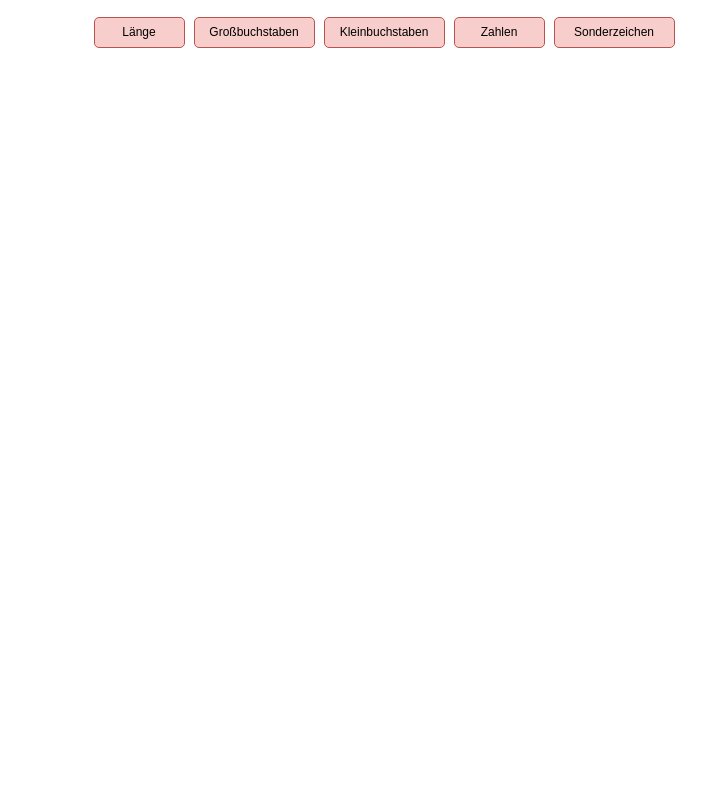
Before: Passwort Generator.drawio in Nikogenia/Draw, a draw.io diagram. Source tidied: cells renumbered, new cells numbered last; positions are measured from the earlier drawing's top-left corner, leaving out a move shared by most shapes. Both pictures are drawn from the tidied source at 100%, with x=0, y=0 at pixel (94, 17).
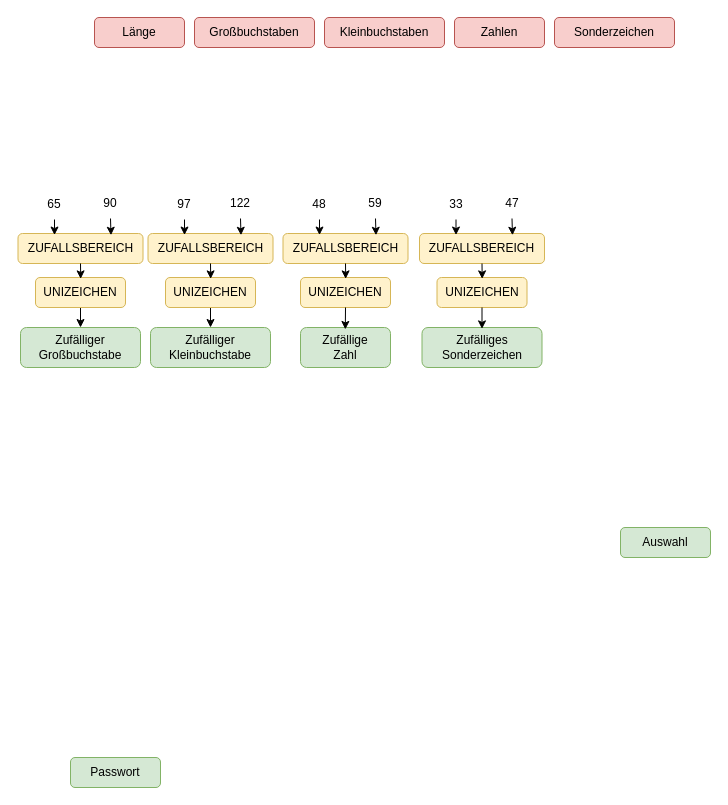
After the change.

The edit, as a diff of the source:
```diff
@@
+    <mxCell id="7" value="Passwort" style="rounded=1;whiteSpace=wrap;html=1;fillColor=#d5e8d4;strokeColor=#82b366;" parent="1" vertex="1">
+      <mxGeometry x="-24" y="740" width="90" height="30" as="geometry" />
+    </mxCell>
+    <mxCell id="8" value="Auswahl" style="rounded=1;whiteSpace=wrap;html=1;fillColor=#d5e8d4;strokeColor=#82b366;" parent="1" vertex="1">
+      <mxGeometry x="526" y="510" width="90" height="30" as="geometry" />
+    </mxCell>
+    <mxCell id="9" value="Zufälliger&lt;br&gt;Großbuchstabe" style="rounded=1;whiteSpace=wrap;html=1;fillColor=#d5e8d4;strokeColor=#82b366;" parent="1" vertex="1">
+      <mxGeometry x="-74" y="310" width="120" height="40" as="geometry" />
+    </mxCell>
+    <mxCell id="10" value="Zufälliger&lt;br&gt;Kleinbuchstabe" style="rounded=1;whiteSpace=wrap;html=1;fillColor=#d5e8d4;strokeColor=#82b366;" parent="1" vertex="1">
+      <mxGeometry x="56" y="310" width="120" height="40" as="geometry" />
+    </mxCell>
+    <mxCell id="11" value="Zufällige&lt;br&gt;Zahl" style="rounded=1;whiteSpace=wrap;html=1;fillColor=#d5e8d4;strokeColor=#82b366;" parent="1" vertex="1">
+      <mxGeometry x="206" y="310" width="90" height="40" as="geometry" />
+    </mxCell>
+    <mxCell id="12" value="Zufälliges&lt;br&gt;Sonderzeichen" style="rounded=1;whiteSpace=wrap;html=1;fillColor=#d5e8d4;strokeColor=#82b366;" parent="1" vertex="1">
+      <mxGeometry x="327.5" y="310" width="120" height="40" as="geometry" />
+    </mxCell>
+    <mxCell id="13" value="UNIZEICHEN" style="rounded=1;whiteSpace=wrap;html=1;fillColor=#fff2cc;strokeColor=#d6b656;" parent="1" vertex="1">
+      <mxGeometry x="342.5" y="260" width="90" height="30" as="geometry" />
+    </mxCell>
+    <mxCell id="14" value="ZUFALLSBEREICH" style="rounded=1;whiteSpace=wrap;html=1;fillColor=#fff2cc;strokeColor=#d6b656;" parent="1" vertex="1">
+      <mxGeometry x="325" y="216" width="125" height="30" as="geometry" />
+    </mxCell>
+    <mxCell id="15" value="33" style="text;html=1;strokeColor=none;fillColor=none;align=center;verticalAlign=middle;whiteSpace=wrap;rounded=0;" parent="1" vertex="1">
+      <mxGeometry x="331.5" y="172" width="60" height="30" as="geometry" />
+    </mxCell>
+    <mxCell id="16" value="47" style="text;html=1;strokeColor=none;fillColor=none;align=center;verticalAlign=middle;whiteSpace=wrap;rounded=0;" parent="1" vertex="1">
+      <mxGeometry x="387.5" y="171" width="60" height="30" as="geometry" />
+    </mxCell>
+    <mxCell id="17" style="edgeStyle=orthogonalEdgeStyle;rounded=0;jettySize=auto;html=1;exitX=0.5;exitY=1;exitDx=0;exitDy=0;entryX=0.292;entryY=0.051;entryDx=0;entryDy=0;entryPerimeter=0;" parent="1" edge="1" source="15" target="14">
+      <mxGeometry relative="1" as="geometry" />
+    </mxCell>
+    <mxCell id="18" style="edgeStyle=orthogonalEdgeStyle;rounded=0;jettySize=auto;html=1;exitX=0.5;exitY=1;exitDx=0;exitDy=0;entryX=0.744;entryY=0.058;entryDx=0;entryDy=0;entryPerimeter=0;" parent="1" edge="1" source="16" target="14">
+      <mxGeometry relative="1" as="geometry" />
+    </mxCell>
+    <mxCell id="19" style="edgeStyle=orthogonalEdgeStyle;rounded=0;jettySize=auto;html=1;exitX=0.5;exitY=1;exitDx=0;exitDy=0;entryX=0.502;entryY=0.046;entryDx=0;entryDy=0;entryPerimeter=0;" parent="1" edge="1" source="14" target="13">
+      <mxGeometry relative="1" as="geometry" />
+    </mxCell>
+    <mxCell id="20" style="edgeStyle=orthogonalEdgeStyle;rounded=0;jettySize=auto;html=1;exitX=0.5;exitY=1;exitDx=0;exitDy=0;entryX=0.5;entryY=0.035;entryDx=0;entryDy=0;entryPerimeter=0;" parent="1" edge="1" source="13" target="12">
+      <mxGeometry relative="1" as="geometry" />
+    </mxCell>
+    <mxCell id="21" style="edgeStyle=orthogonalEdgeStyle;rounded=0;jettySize=auto;html=1;exitX=0.5;exitY=1;exitDx=0;exitDy=0;entryX=0.5;entryY=0;entryDx=0;entryDy=0;" parent="1" edge="1" source="22" target="10">
+      <mxGeometry relative="1" as="geometry" />
+    </mxCell>
+    <mxCell id="22" value="UNIZEICHEN" style="rounded=1;whiteSpace=wrap;html=1;fillColor=#fff2cc;strokeColor=#d6b656;" parent="1" vertex="1">
+      <mxGeometry x="71" y="260" width="90" height="30" as="geometry" />
+    </mxCell>
+    <mxCell id="23" value="ZUFALLSBEREICH" style="rounded=1;whiteSpace=wrap;html=1;fillColor=#fff2cc;strokeColor=#d6b656;" parent="1" vertex="1">
+      <mxGeometry x="53.5" y="216" width="125" height="30" as="geometry" />
+    </mxCell>
+    <mxCell id="24" value="97" style="text;html=1;strokeColor=none;fillColor=none;align=center;verticalAlign=middle;whiteSpace=wrap;rounded=0;" parent="1" vertex="1">
+      <mxGeometry x="60" y="172" width="60" height="30" as="geometry" />
+    </mxCell>
+    <mxCell id="25" value="122" style="text;html=1;strokeColor=none;fillColor=none;align=center;verticalAlign=middle;whiteSpace=wrap;rounded=0;" parent="1" vertex="1">
+      <mxGeometry x="116" y="171" width="60" height="30" as="geometry" />
+    </mxCell>
+    <mxCell id="26" style="edgeStyle=orthogonalEdgeStyle;rounded=0;jettySize=auto;html=1;exitX=0.5;exitY=1;exitDx=0;exitDy=0;entryX=0.292;entryY=0.051;entryDx=0;entryDy=0;entryPerimeter=0;" parent="1" edge="1" source="24" target="23">
+      <mxGeometry relative="1" as="geometry" />
+    </mxCell>
+    <mxCell id="27" style="edgeStyle=orthogonalEdgeStyle;rounded=0;jettySize=auto;html=1;exitX=0.5;exitY=1;exitDx=0;exitDy=0;entryX=0.744;entryY=0.058;entryDx=0;entryDy=0;entryPerimeter=0;" parent="1" edge="1" source="25" target="23">
+      <mxGeometry relative="1" as="geometry" />
+    </mxCell>
+    <mxCell id="28" style="edgeStyle=orthogonalEdgeStyle;rounded=0;jettySize=auto;html=1;exitX=0.5;exitY=1;exitDx=0;exitDy=0;entryX=0.502;entryY=0.046;entryDx=0;entryDy=0;entryPerimeter=0;" parent="1" edge="1" source="23" target="22">
+      <mxGeometry relative="1" as="geometry" />
+    </mxCell>
+    <mxCell id="29" style="edgeStyle=orthogonalEdgeStyle;rounded=0;jettySize=auto;html=1;exitX=0.5;exitY=1;exitDx=0;exitDy=0;entryX=0.5;entryY=0;entryDx=0;entryDy=0;" parent="1" edge="1" source="30" target="9">
+      <mxGeometry relative="1" as="geometry" />
+    </mxCell>
+    <mxCell id="30" value="UNIZEICHEN" style="rounded=1;whiteSpace=wrap;html=1;fillColor=#fff2cc;strokeColor=#d6b656;" parent="1" vertex="1">
+      <mxGeometry x="-59" y="260" width="90" height="30" as="geometry" />
+    </mxCell>
+    <mxCell id="31" value="ZUFALLSBEREICH" style="rounded=1;whiteSpace=wrap;html=1;fillColor=#fff2cc;strokeColor=#d6b656;" parent="1" vertex="1">
+      <mxGeometry x="-76.5" y="216" width="125" height="30" as="geometry" />
+    </mxCell>
+    <mxCell id="32" value="65" style="text;html=1;strokeColor=none;fillColor=none;align=center;verticalAlign=middle;whiteSpace=wrap;rounded=0;" parent="1" vertex="1">
+      <mxGeometry x="-70" y="172" width="60" height="30" as="geometry" />
+    </mxCell>
+    <mxCell id="33" value="90" style="text;html=1;strokeColor=none;fillColor=none;align=center;verticalAlign=middle;whiteSpace=wrap;rounded=0;" parent="1" vertex="1">
+      <mxGeometry x="-14" y="171" width="60" height="30" as="geometry" />
+    </mxCell>
+    <mxCell id="34" style="edgeStyle=orthogonalEdgeStyle;rounded=0;jettySize=auto;html=1;exitX=0.5;exitY=1;exitDx=0;exitDy=0;entryX=0.292;entryY=0.051;entryDx=0;entryDy=0;entryPerimeter=0;" parent="1" edge="1" source="32" target="31">
+      <mxGeometry relative="1" as="geometry" />
+    </mxCell>
+    <mxCell id="35" style="edgeStyle=orthogonalEdgeStyle;rounded=0;jettySize=auto;html=1;exitX=0.5;exitY=1;exitDx=0;exitDy=0;entryX=0.744;entryY=0.058;entryDx=0;entryDy=0;entryPerimeter=0;" parent="1" edge="1" source="33" target="31">
+      <mxGeometry relative="1" as="geometry" />
+    </mxCell>
+    <mxCell id="36" style="edgeStyle=orthogonalEdgeStyle;rounded=0;jettySize=auto;html=1;exitX=0.5;exitY=1;exitDx=0;exitDy=0;entryX=0.502;entryY=0.046;entryDx=0;entryDy=0;entryPerimeter=0;" parent="1" edge="1" source="31" target="30">
+      <mxGeometry relative="1" as="geometry" />
+    </mxCell>
+    <mxCell id="37" value="UNIZEICHEN" style="rounded=1;whiteSpace=wrap;html=1;fillColor=#fff2cc;strokeColor=#d6b656;" parent="1" vertex="1">
+      <mxGeometry x="206" y="260" width="90" height="30" as="geometry" />
+    </mxCell>
+    <mxCell id="38" value="ZUFALLSBEREICH" style="rounded=1;whiteSpace=wrap;html=1;fillColor=#fff2cc;strokeColor=#d6b656;" parent="1" vertex="1">
+      <mxGeometry x="188.5" y="216" width="125" height="30" as="geometry" />
+    </mxCell>
+    <mxCell id="39" value="48" style="text;html=1;strokeColor=none;fillColor=none;align=center;verticalAlign=middle;whiteSpace=wrap;rounded=0;" parent="1" vertex="1">
+      <mxGeometry x="195" y="172" width="60" height="30" as="geometry" />
+    </mxCell>
+    <mxCell id="40" value="59" style="text;html=1;strokeColor=none;fillColor=none;align=center;verticalAlign=middle;whiteSpace=wrap;rounded=0;" parent="1" vertex="1">
+      <mxGeometry x="251" y="171" width="60" height="30" as="geometry" />
+    </mxCell>
+    <mxCell id="41" style="edgeStyle=orthogonalEdgeStyle;rounded=0;jettySize=auto;html=1;exitX=0.5;exitY=1;exitDx=0;exitDy=0;entryX=0.292;entryY=0.051;entryDx=0;entryDy=0;entryPerimeter=0;" parent="1" edge="1" source="39" target="38">
+      <mxGeometry relative="1" as="geometry" />
+    </mxCell>
+    <mxCell id="42" style="edgeStyle=orthogonalEdgeStyle;rounded=0;jettySize=auto;html=1;exitX=0.5;exitY=1;exitDx=0;exitDy=0;entryX=0.744;entryY=0.058;entryDx=0;entryDy=0;entryPerimeter=0;" parent="1" edge="1" source="40" target="38">
+      <mxGeometry relative="1" as="geometry" />
+    </mxCell>
+    <mxCell id="43" style="edgeStyle=orthogonalEdgeStyle;rounded=0;jettySize=auto;html=1;exitX=0.5;exitY=1;exitDx=0;exitDy=0;entryX=0.502;entryY=0.046;entryDx=0;entryDy=0;entryPerimeter=0;" parent="1" edge="1" source="38" target="37">
+      <mxGeometry relative="1" as="geometry" />
+    </mxCell>
+    <mxCell id="44" style="edgeStyle=orthogonalEdgeStyle;rounded=0;jettySize=auto;html=1;exitX=0.5;exitY=1;exitDx=0;exitDy=0;entryX=0.498;entryY=0.048;entryDx=0;entryDy=0;entryPerimeter=0;" parent="1" edge="1" source="37" target="11">
+      <mxGeometry relative="1" as="geometry" />
+    </mxCell>
```
